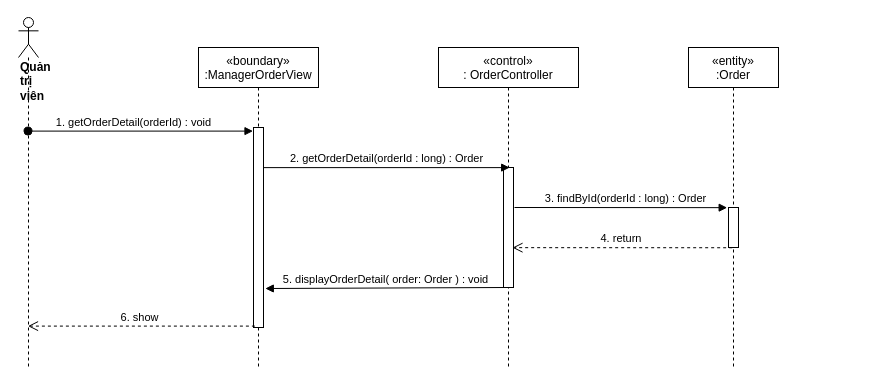
This is sequence diagram/view-orderDetail-sequence-diagram.drawio from nguyenphamvan/datn_20202, a draw.io file, before an edit. Source tidied: cells renumbered, new cells numbered last; positions are measured from the earlier drawing's top-left corner, leaving out a move shared by most shapes. Both pictures are drawn from the tidied source at 100%, with x=0, y=0 at pixel (18, 17).
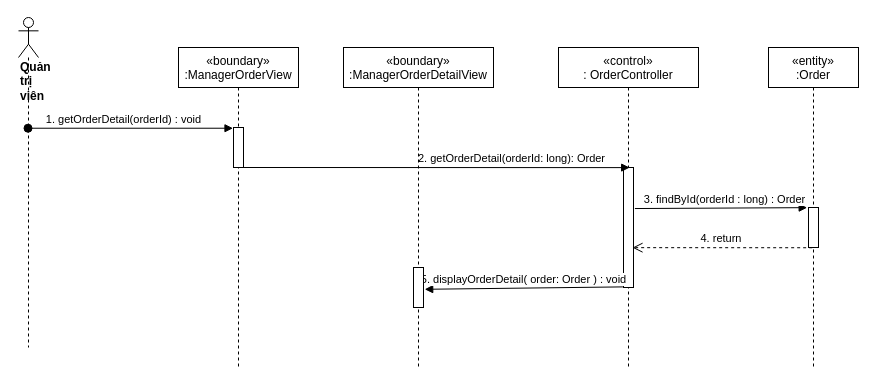
The same page after the edit.

The edit, as a diff of the source:
```diff
@@
 <mxGraphModel>
   <root>
     <mxCell id="0" />
     <mxCell id="1" parent="0" />
     <mxCell id="2" value="«boundary»&#10;:ManagerOrderView" style="shape=umlLifeline;perimeter=lifelinePerimeter;rounded=0;shadow=0;strokeWidth=1;" parent="1" vertex="1">
-      <mxGeometry x="180" y="30" width="120" height="320" as="geometry" />
+      <mxGeometry x="160" y="30" width="120" height="320" as="geometry" />
     </mxCell>
     <mxCell id="3" style="points=[];perimeter=orthogonalPerimeter;rounded=0;shadow=0;strokeWidth=1;" parent="2" vertex="1">
-      <mxGeometry x="55" y="80" width="10" height="200" as="geometry" />
+      <mxGeometry x="55" y="80" width="10" height="40" as="geometry" />
     </mxCell>
     <mxCell id="4" value="«control»&#10;: OrderController" style="shape=umlLifeline;perimeter=lifelinePerimeter;rounded=0;shadow=0;strokeWidth=1;" parent="1" vertex="1">
-      <mxGeometry x="420" y="30" width="140" height="320" as="geometry" />
+      <mxGeometry x="540" y="30" width="140" height="320" as="geometry" />
     </mxCell>
     <mxCell id="5" style="points=[];perimeter=orthogonalPerimeter;rounded=0;shadow=0;strokeWidth=1;" parent="4" vertex="1">
       <mxGeometry x="65" y="120" width="10" height="120" as="geometry" />
     </mxCell>
     <mxCell id="6" value="&lt;div&gt;&lt;b&gt;Quản trị viên&lt;/b&gt;&lt;/div&gt;" style="shape=umlLifeline;participant=umlActor;perimeter=lifelinePerimeter;whiteSpace=wrap;html=1;verticalAlign=top;spacingTop=36;outlineConnect=0;align=left;" parent="1" vertex="1">
-      <mxGeometry width="20" height="350" as="geometry" />
+      <mxGeometry width="20" height="330" as="geometry" />
     </mxCell>
     <mxCell id="7" value="1. getOrderDetail(orderId) : void" style="verticalAlign=bottom;startArrow=oval;endArrow=block;startSize=8;shadow=0;strokeWidth=1;entryX=-0.05;entryY=0.018;entryDx=0;entryDy=0;entryPerimeter=0;" parent="1" edge="1" source="6" target="3">
       <mxGeometry x="-0.06" relative="1" as="geometry" />
     </mxCell>
-    <mxCell id="8" value="2. getOrderDetail(orderId : long) : Order" style="html=1;verticalAlign=bottom;endArrow=block;entryX=0.617;entryY=0.001;entryDx=0;entryDy=0;entryPerimeter=0;" parent="1" edge="1" source="3" target="5">
-      <mxGeometry relative="1" as="geometry" />
+    <mxCell id="8" value="2. getOrderDetail(orderId: long): Order" style="html=1;verticalAlign=bottom;endArrow=block;entryX=0.617;entryY=0.001;entryDx=0;entryDy=0;entryPerimeter=0;" parent="1" edge="1" source="3" target="5">
+      <mxGeometry x="0.39" relative="1" as="geometry" />
     </mxCell>
     <mxCell id="9" value="«entity»&#10;:Order" style="shape=umlLifeline;perimeter=lifelinePerimeter;rounded=0;shadow=0;strokeWidth=1;" parent="1" vertex="1">
-      <mxGeometry x="670" y="30" width="90" height="320" as="geometry" />
+      <mxGeometry x="750" y="30" width="90" height="320" as="geometry" />
     </mxCell>
     <mxCell id="10" style="points=[];perimeter=orthogonalPerimeter;rounded=0;shadow=0;strokeWidth=1;" parent="9" vertex="1">
       <mxGeometry x="40" y="160" width="10" height="40" as="geometry" />
     </mxCell>
-    <mxCell id="11" value="3. findById(orderId : long) : Order" style="html=1;verticalAlign=bottom;endArrow=block;entryX=-0.133;entryY=0.004;entryDx=0;entryDy=0;entryPerimeter=0;" parent="1" edge="1" target="10">
-      <mxGeometry x="0.04" relative="1" as="geometry">
-        <mxPoint x="496" y="190" as="sourcePoint" />
-      </mxGeometry>
+    <mxCell id="11" value="3. findById(orderId : long) : Order" style="html=1;verticalAlign=bottom;endArrow=block;entryX=-0.133;entryY=0.004;entryDx=0;entryDy=0;entryPerimeter=0;exitX=1.14;exitY=0.342;exitDx=0;exitDy=0;exitPerimeter=0;" parent="1" edge="1" source="5" target="10">
+      <mxGeometry x="0.04" relative="1" as="geometry" />
     </mxCell>
     <mxCell id="12" value="4. return&amp;nbsp;" style="html=1;verticalAlign=bottom;endArrow=open;dashed=1;endSize=8;exitX=0.367;exitY=1.006;exitDx=0;exitDy=0;exitPerimeter=0;entryX=0.9;entryY=0.668;entryDx=0;entryDy=0;entryPerimeter=0;" parent="1" edge="1" source="10" target="5">
       <mxGeometry relative="1" as="geometry" />
     </mxCell>
-    <mxCell id="13" style="html=1;verticalAlign=bottom;endArrow=open;dashed=1;endSize=8;exitX=0.14;exitY=0.993;exitDx=0;exitDy=0;exitPerimeter=0;" parent="1" edge="1" source="3" target="6">
-      <mxGeometry relative="1" as="geometry" />
-    </mxCell>
-    <mxCell id="14" value="6. show" style="edgeLabel;html=1;align=center;verticalAlign=middle;" parent="13" vertex="1">
-      <mxGeometry x="-0.28" relative="1" as="geometry">
-        <mxPoint x="-34" y="-9" as="offset" />
-      </mxGeometry>
-    </mxCell>
-    <mxCell id="15" value="5. displayOrderDetail( order: Order ) : void" style="html=1;verticalAlign=bottom;endArrow=block;entryX=1.18;entryY=0.805;entryDx=0;entryDy=0;entryPerimeter=0;" parent="1" edge="1" target="3">
-      <mxGeometry relative="1" as="geometry">
-        <mxPoint x="488" y="270" as="sourcePoint" />
-      </mxGeometry>
+    <mxCell id="15" value="5. displayOrderDetail( order: Order ) : void" style="html=1;verticalAlign=bottom;endArrow=block;exitX=-0.06;exitY=0.995;exitDx=0;exitDy=0;exitPerimeter=0;entryX=1.12;entryY=0.545;entryDx=0;entryDy=0;entryPerimeter=0;" parent="1" edge="1" source="5" target="17">
+      <mxGeometry relative="1" as="geometry" />
     </mxCell>
+    <mxCell id="16" value="«boundary»&#10;:ManagerOrderDetailView" style="shape=umlLifeline;perimeter=lifelinePerimeter;rounded=0;shadow=0;strokeWidth=1;" parent="1" vertex="1">
+      <mxGeometry x="325" y="30" width="150" height="320" as="geometry" />
+    </mxCell>
+    <mxCell id="17" style="points=[];perimeter=orthogonalPerimeter;rounded=0;shadow=0;strokeWidth=1;" parent="16" vertex="1">
+      <mxGeometry x="70" y="220" width="10" height="40" as="geometry" />
+    </mxCell>
   </root>
 </mxGraphModel>
```
